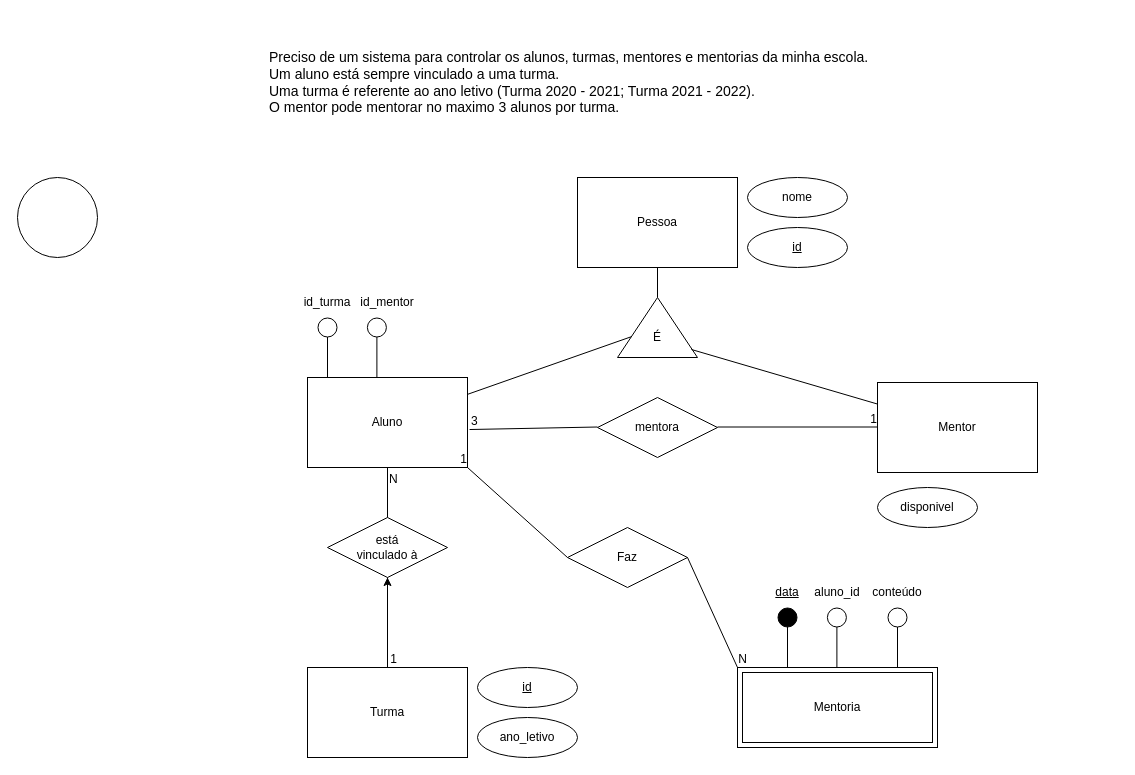
Above: Banco/diagrama-mentoria.drawio in lorrant-tavares/desafio-mentoria (draw.io), before the change. Source tidied: cells renumbered, new cells numbered last; positions are measured from the earlier drawing's top-left corner, leaving out a move shared by most shapes. Both pictures are drawn from the tidied source at 100%, with x=0, y=0 at pixel (17, 17).
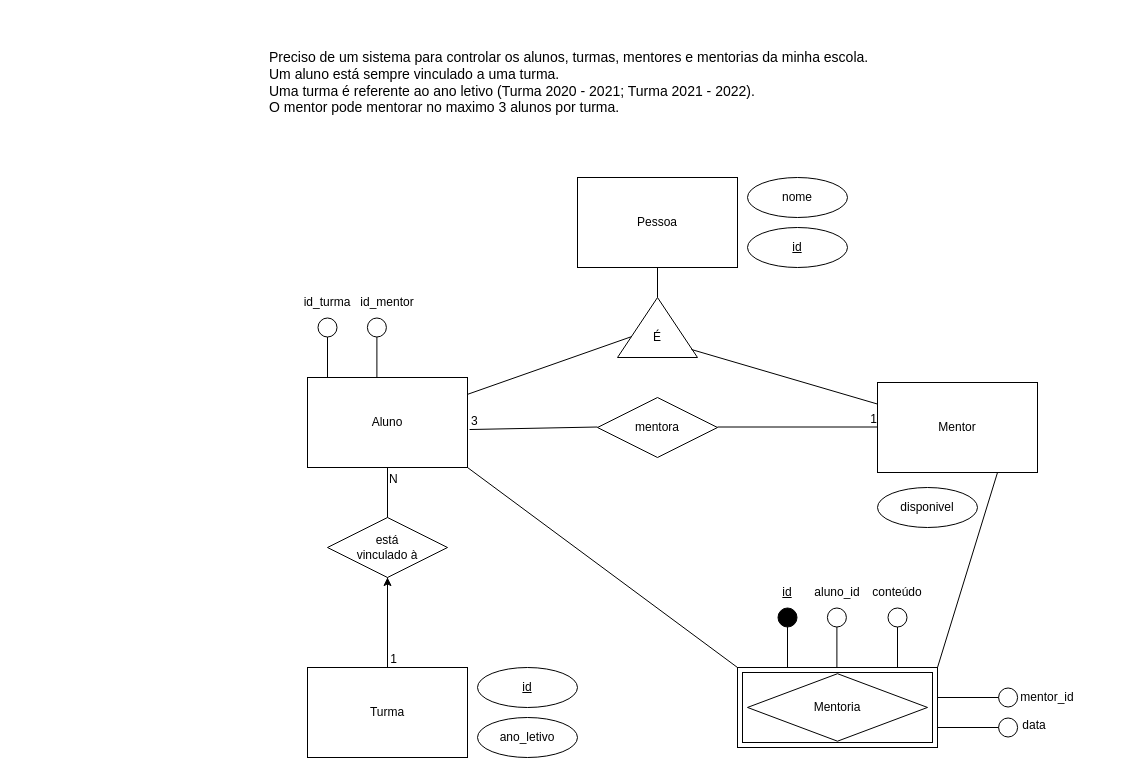
The same page after the edit.

The change refers to these unchanged cells:
```xml
<mxCell id="2" value="&lt;div&gt;Aluno&lt;/div&gt;" style="whiteSpace=wrap;html=1;align=center;" parent="1" vertex="1">
  <mxGeometry x="290" y="360" width="160" height="90" as="geometry" />
</mxCell>
<mxCell id="3" value="Mentor" style="whiteSpace=wrap;html=1;align=center;" parent="1" vertex="1">
  <mxGeometry x="860" y="365" width="160" height="90" as="geometry" />
</mxCell>
```

Diff of the diagram source:
```diff
@@
+    <mxCell id="46" style="rhombus;whiteSpace=wrap;html=1;" parent="1" vertex="1">
+      <mxGeometry x="730" y="656.2" width="180" height="67.5" as="geometry" />
+    </mxCell>
+    <mxCell id="29" value="Mentoria" style="shape=ext;margin=3;double=1;whiteSpace=wrap;html=1;align=center;fillColor=none;" parent="1" vertex="1">
+      <mxGeometry x="720" y="650" width="200" height="80" as="geometry" />
+    </mxCell>
@@
-    <mxCell id="29" value="Mentoria" style="shape=ext;margin=3;double=1;whiteSpace=wrap;html=1;align=center;fillColor=none;" parent="1" vertex="1">
-      <mxGeometry x="720" y="650" width="200" height="80" as="geometry" />
-    </mxCell>
-    <mxCell id="30" value="Faz" style="shape=rhombus;perimeter=rhombusPerimeter;whiteSpace=wrap;html=1;align=center;fillColor=none;" parent="1" vertex="1">
-      <mxGeometry x="550" y="510" width="120" height="60" as="geometry" />
-    </mxCell>
-    <mxCell id="31" style="endArrow=none;html=1;rounded=0;entryX=0;entryY=0;entryDx=0;entryDy=0;exitX=1;exitY=0.5;exitDx=0;exitDy=0;" parent="1" edge="1" source="30" target="29">
-      <mxGeometry relative="1" as="geometry" />
-    </mxCell>
-    <mxCell id="32" value="N" style="html=1;align=right;verticalAlign=bottom;" parent="31" vertex="1">
-      <mxGeometry x="1" relative="1" as="geometry">
-        <mxPoint x="10.1" y="0.1" as="offset" />
-      </mxGeometry>
-    </mxCell>
-    <mxCell id="33" style="endArrow=none;html=1;rounded=0;entryX=1;entryY=1;entryDx=0;entryDy=0;exitX=0;exitY=0.5;exitDx=0;exitDy=0;" parent="1" edge="1" source="30" target="2">
-      <mxGeometry relative="1" as="geometry" />
-    </mxCell>
-    <mxCell id="34" value="1" style="html=1;align=right;verticalAlign=bottom;" parent="33" vertex="1">
-      <mxGeometry x="1" relative="1" as="geometry" />
-    </mxCell>
@@
-    <mxCell id="36" value="&lt;u&gt;data&lt;/u&gt;" style="text;html=1;strokeColor=none;fillColor=none;align=center;verticalAlign=middle;whiteSpace=wrap;rounded=0;" parent="1" vertex="1">
+    <mxCell id="36" value="&lt;u&gt;id&lt;/u&gt;" style="text;html=1;strokeColor=none;fillColor=none;align=center;verticalAlign=middle;whiteSpace=wrap;rounded=0;" parent="1" vertex="1">
       <mxGeometry x="750" y="565" width="40" height="20" as="geometry" />
     </mxCell>
@@
-    <mxCell id="45" style="ellipse;whiteSpace=wrap;html=1;" parent="1" vertex="1">
-      <mxGeometry y="160" width="80" height="80" as="geometry" />
-    </mxCell>
+    <mxCell id="47" style="endArrow=oval;html=1;endFill=0;strokeWidth=1;endSize=19;" parent="1" edge="1">
+      <mxGeometry relative="1" as="geometry">
+        <mxPoint x="920" y="680" as="sourcePoint" />
+        <mxPoint x="990.6" y="680" as="targetPoint" />
+      </mxGeometry>
+    </mxCell>
+    <mxCell id="48" value="mentor_id" style="text;html=1;strokeColor=none;fillColor=none;align=center;verticalAlign=middle;whiteSpace=wrap;rounded=0;" parent="1" vertex="1">
+      <mxGeometry x="1010" y="670" width="40" height="20" as="geometry" />
+    </mxCell>
+    <mxCell id="49" style="endArrow=oval;html=1;endFill=0;strokeWidth=1;endSize=19;" parent="1" edge="1">
+      <mxGeometry relative="1" as="geometry">
+        <mxPoint x="920" y="710" as="sourcePoint" />
+        <mxPoint x="990.6" y="710" as="targetPoint" />
+      </mxGeometry>
+    </mxCell>
+    <mxCell id="50" value="data" style="text;html=1;strokeColor=none;fillColor=none;align=center;verticalAlign=middle;whiteSpace=wrap;rounded=0;" parent="1" vertex="1">
+      <mxGeometry x="997" y="683" width="40" height="50" as="geometry" />
+    </mxCell>
+    <mxCell id="51" style="endArrow=none;html=1;exitX=0;exitY=0;exitDx=0;exitDy=0;" parent="1" edge="1" source="29">
+      <mxGeometry relative="1" as="geometry">
+        <mxPoint x="450" y="450" as="targetPoint" />
+      </mxGeometry>
+    </mxCell>
+    <mxCell id="52" style="endArrow=none;html=1;exitX=1;exitY=0;exitDx=0;exitDy=0;entryX=0.75;entryY=1;entryDx=0;entryDy=0;" parent="1" edge="1" source="29" target="3">
+      <mxGeometry relative="1" as="geometry" />
+    </mxCell>
```
